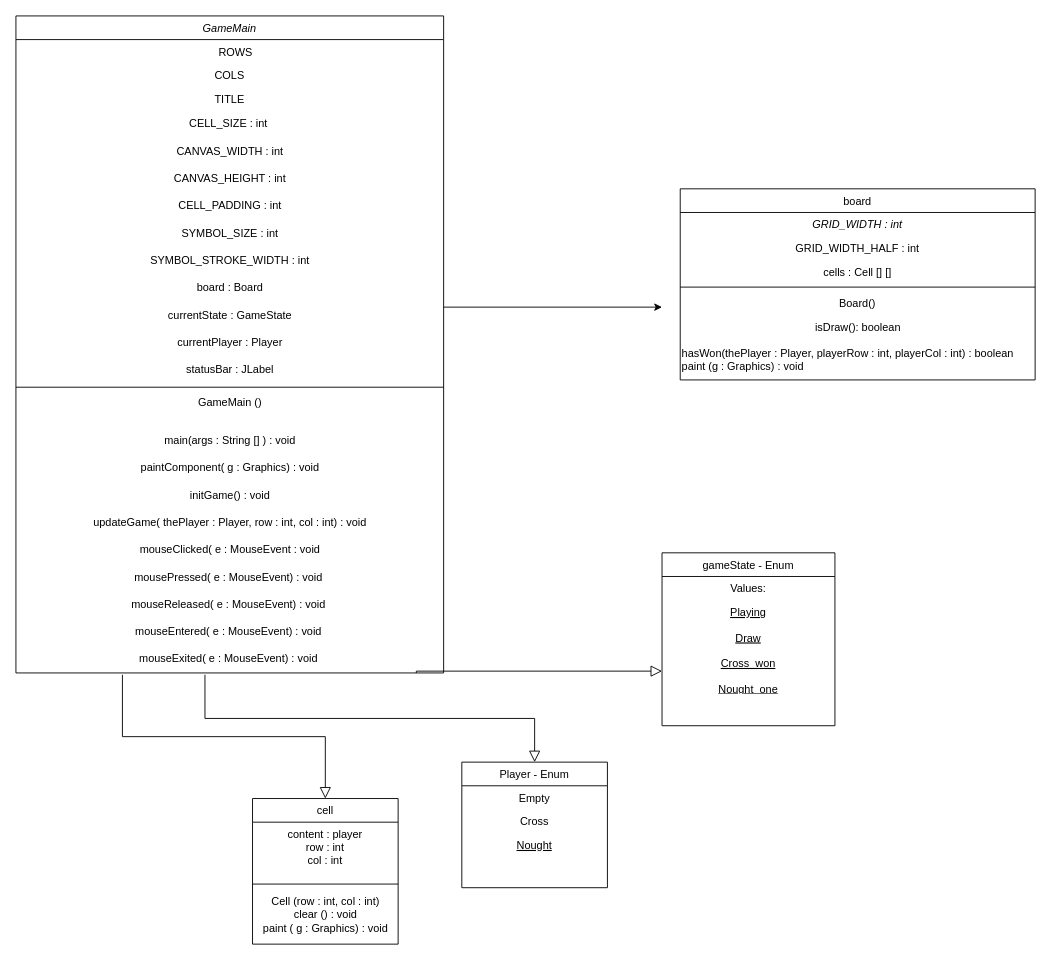
Before: Untitled Diagram.drawio in bec-anne/BIT504_AT2_Task2, a draw.io diagram. Source tidied: cells renumbered, new cells numbered last; positions are measured from the earlier drawing's top-left corner, leaving out a move shared by most shapes. Both pictures are drawn from the tidied source at 91%, with x=0, y=0 at pixel (15, 15).
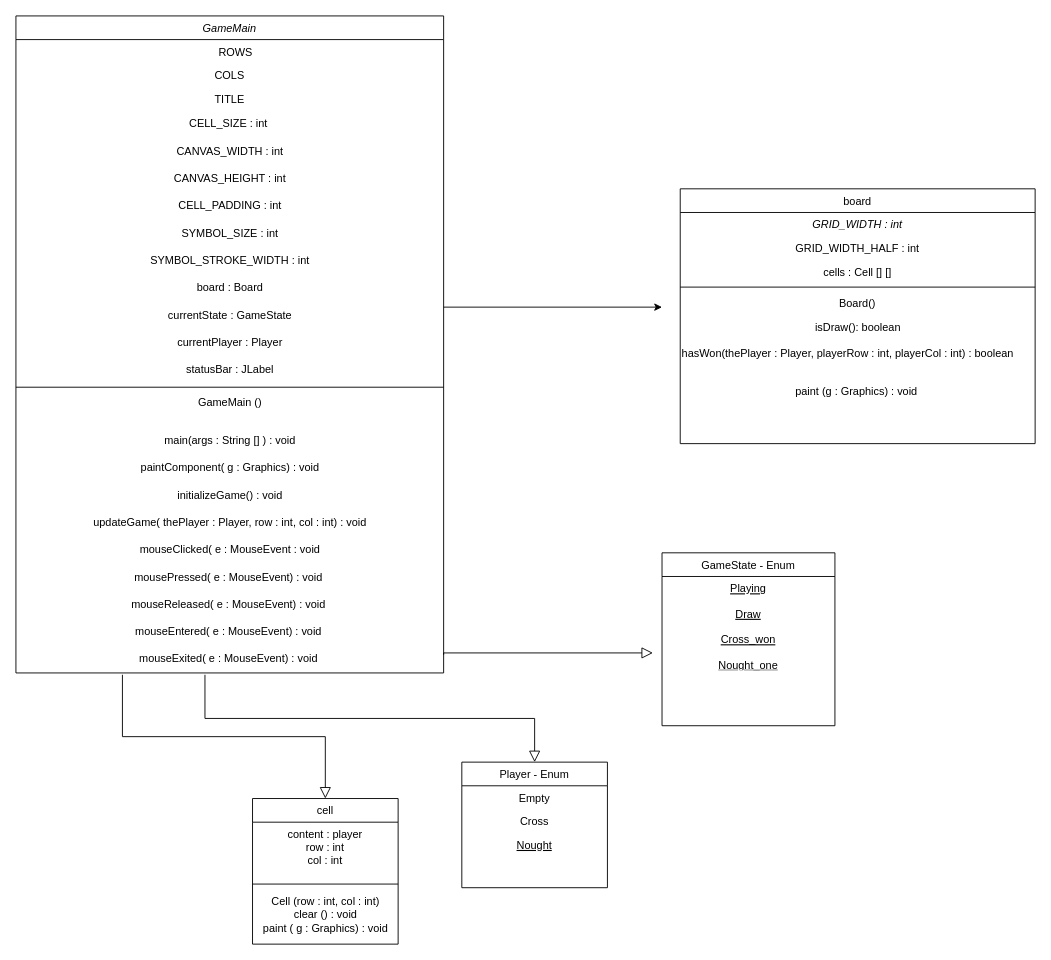
The same diagram, later.

The change refers to these unchanged cells:
```xml
<mxCell id="2" value="GameMain" style="swimlane;fontStyle=2;align=center;verticalAlign=top;horizontal=1;startSize=26;rounded=0;shadow=0;strokeWidth=1;" parent="1" vertex="1">
  <mxGeometry width="470" height="722" as="geometry" />
</mxCell>
```

Diff of the diagram source:
```diff
@@
-    <mxCell id="20" value="initGame() : void" style="text;html=1;align=center;verticalAlign=middle;strokeColor=none;fillColor=none;" parent="2" vertex="1">
+    <mxCell id="20" value="&lt;font style=&quot;font-size: 12px;&quot;&gt;&lt;span style=&quot;text-align: start; white-space: normal;&quot;&gt;initializeGame&lt;/span&gt;() : void&lt;/font&gt;" style="text;html=1;align=center;verticalAlign=middle;strokeColor=none;fillColor=none;" parent="2" vertex="1">
       <mxGeometry y="512" width="470" height="30" as="geometry" />
     </mxCell>
@@
     <mxCell id="37" value="board" style="swimlane;fontStyle=0;align=center;verticalAlign=top;horizontal=1;startSize=26;rounded=0;shadow=0;strokeWidth=1;" parent="1" vertex="1">
-      <mxGeometry x="730" y="190" width="390" height="210" as="geometry" />
+      <mxGeometry x="730" y="190" width="390" height="280" as="geometry" />
     </mxCell>
@@
-    <mxCell id="44" value="hasWon(thePlayer : Player, playerRow : int, playerCol : int) : boolean&lt;div&gt;paint (g : Graphics) : void &amp;nbsp;&lt;/div&gt;" style="text;html=1;align=left;verticalAlign=middle;strokeColor=none;fillColor=none;" parent="37" vertex="1">
+    <mxCell id="44" value="hasWon(thePlayer : Player, playerRow : int, playerCol : int) : boolean&lt;div&gt;&amp;nbsp;&lt;/div&gt;" style="text;html=1;align=left;verticalAlign=middle;strokeColor=none;fillColor=none;" parent="37" vertex="1">
       <mxGeometry y="168" width="390" height="40" as="geometry" />
     </mxCell>
+    <mxCell id="50" value="paint (g : Graphics) : void&amp;nbsp;" style="text;html=1;align=center;verticalAlign=middle;strokeColor=none;fillColor=none;" parent="37" vertex="1">
+      <mxGeometry y="208" width="390" height="30" as="geometry" />
+    </mxCell>
-    <mxCell id="45" value="gameState - Enum" style="swimlane;fontStyle=0;align=center;verticalAlign=top;horizontal=1;startSize=26;rounded=0;shadow=0;strokeWidth=1;" parent="1" vertex="1">
+    <mxCell id="45" value="GameState - Enum" style="swimlane;fontStyle=0;align=center;verticalAlign=top;horizontal=1;startSize=26;rounded=0;shadow=0;strokeWidth=1;" parent="1" vertex="1">
       <mxGeometry x="710" y="590" width="190" height="190" as="geometry" />
     </mxCell>
-    <mxCell id="46" value="Values:&#10;" style="text;align=center;verticalAlign=top;spacingLeft=4;spacingRight=4;overflow=hidden;" parent="45" vertex="1">
-      <mxGeometry y="26" width="190" height="26" as="geometry" />
-    </mxCell>
     <mxCell id="47" value="Playing&#10;&#10;Draw&#10;&#10;Cross_won&#10;&#10;Nought_one" style="text;align=center;verticalAlign=top;spacingLeft=4;spacingRight=4;overflow=hidden;points=[[0,0.5],[1,0.5]];portConstraint=eastwest;fontStyle=4;" parent="45" vertex="1">
-      <mxGeometry y="52" width="190" height="98" as="geometry" />
+      <mxGeometry y="26" width="190" height="98" as="geometry" />
     </mxCell>
-    <mxCell id="48" style="endArrow=block;endSize=10;endFill=0;shadow=0;strokeWidth=1;rounded=0;curved=0;edgeStyle=elbowEdgeStyle;elbow=vertical;" parent="1" edge="1" target="47">
+    <mxCell id="48" style="endArrow=block;endSize=10;endFill=0;shadow=0;strokeWidth=1;rounded=0;curved=0;edgeStyle=elbowEdgeStyle;elbow=vertical;" parent="1" edge="1">
       <mxGeometry relative="1" as="geometry">
-        <mxPoint x="440" y="722" as="sourcePoint" />
+        <mxPoint x="470" y="702" as="sourcePoint" />
+        <mxPoint x="700" y="700" as="targetPoint" />
         <Array as="points">
-          <mxPoint x="520" y="720" />
-          <mxPoint x="730" y="1222" />
-          <mxPoint x="878" y="1122" />
+          <mxPoint x="550" y="700" />
+          <mxPoint x="760" y="1202" />
+          <mxPoint x="908" y="1102" />
         </Array>
       </mxGeometry>
     </mxCell>
```
